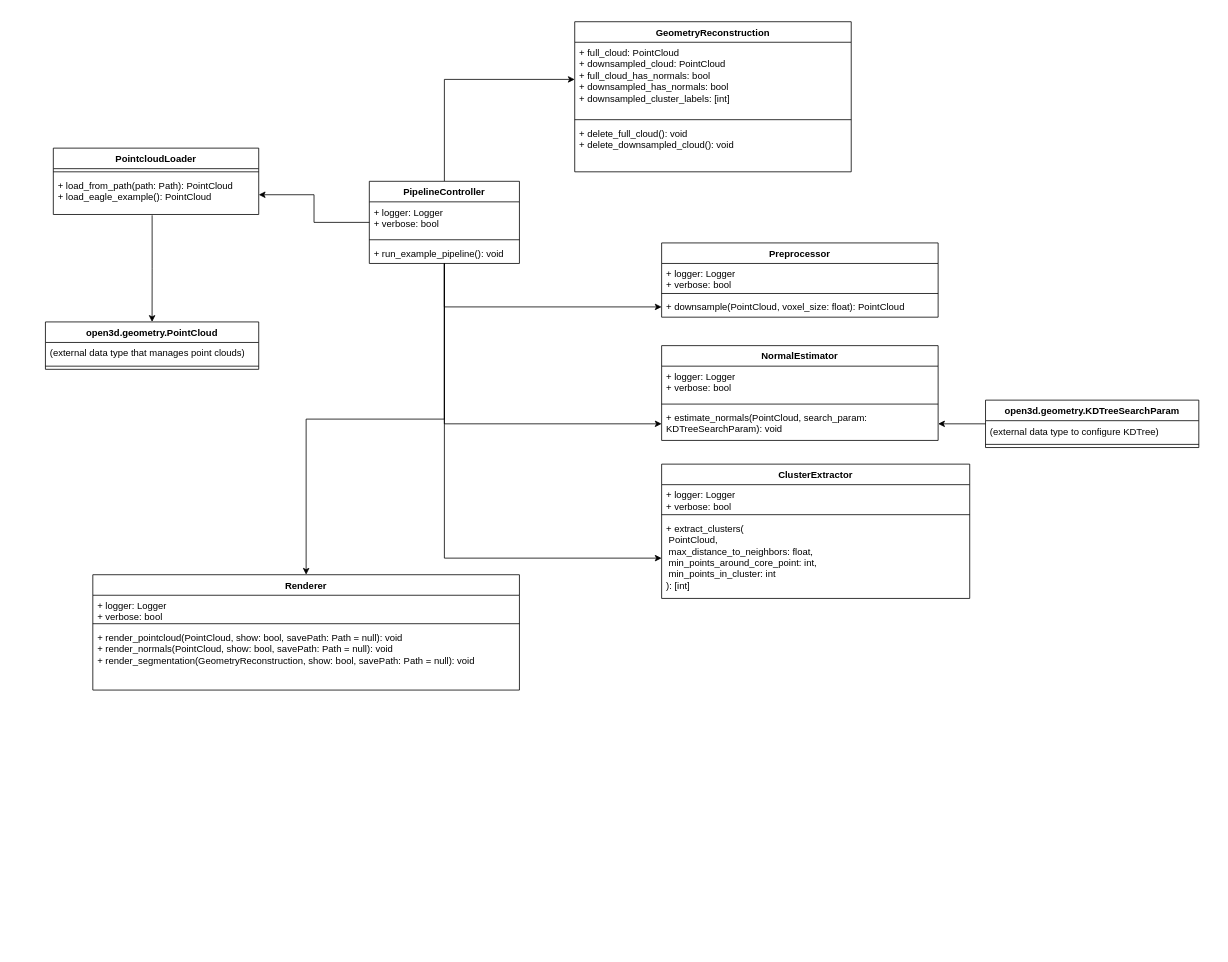
Above: EagleProcessing.drawio in PatrickSowinski/Open3dRenderDemo (draw.io), before the change. Source tidied: cells renumbered, new cells numbered last; positions are measured from the earlier drawing's top-left corner, leaving out a move shared by most shapes. Both pictures are drawn from the tidied source at 79%, with x=0, y=0 at pixel (45, 21).
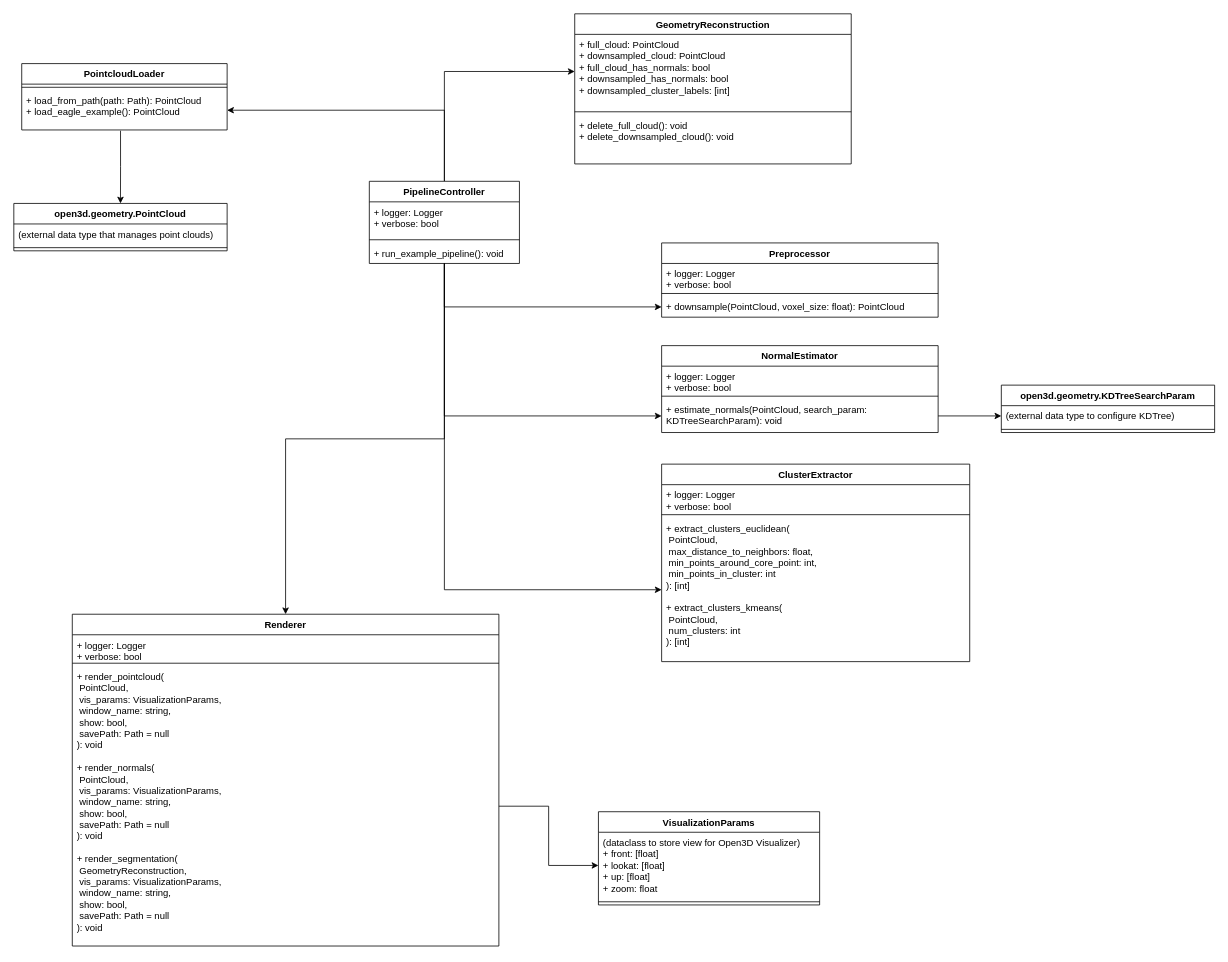
Above is the later version.

The change refers to these unchanged cells:
```xml
<mxCell id="41" value="(external data type to configure KDTree)" style="text;strokeColor=none;fillColor=none;align=left;verticalAlign=top;spacingLeft=4;spacingRight=4;overflow=hidden;points=[[0,0.5],[1,0.5]];portConstraint=eastwest;whiteSpace=wrap;html=1;" parent="40" vertex="1">
  <mxGeometry y="26" width="270" height="26" as="geometry" />
</mxCell>
```

Diff of the diagram source:
```diff
@@
     <mxCell id="3" value="PointcloudLoader" style="swimlane;fontStyle=1;align=center;verticalAlign=top;horizontal=1;startSize=26;whiteSpace=wrap;html=1;" parent="1" vertex="1">
-      <mxGeometry x="10" y="160" width="260" height="84" as="geometry" />
+      <mxGeometry x="-30" y="53" width="260" height="84" as="geometry" />
     </mxCell>
@@
     <mxCell id="10" value="NormalEstimator" style="swimlane;fontStyle=1;align=center;verticalAlign=top;horizontal=1;startSize=26;whiteSpace=wrap;html=1;" parent="1" vertex="1">
-      <mxGeometry x="780" y="410" width="350" height="120" as="geometry" />
+      <mxGeometry x="780" y="410" width="350" height="110" as="geometry" />
     </mxCell>
     <mxCell id="11" value="+ logger: Logger&lt;div&gt;+ verbose: bool&lt;/div&gt;" style="text;strokeColor=none;fillColor=none;align=left;verticalAlign=top;spacingLeft=4;spacingRight=4;overflow=hidden;whiteSpace=wrap;html=1;" parent="10" vertex="1">
-      <mxGeometry y="26" width="350" height="44" as="geometry" />
+      <mxGeometry y="26" width="350" height="34" as="geometry" />
     </mxCell>
     <mxCell id="12" style="line;strokeWidth=1;fillColor=none;align=left;verticalAlign=middle;spacingTop=-1;spacingLeft=3;spacingRight=3;labelPosition=right;strokeColor=inherit;" parent="10" vertex="1">
-      <mxGeometry y="70" width="350" height="8" as="geometry" />
+      <mxGeometry y="60" width="350" height="8" as="geometry" />
     </mxCell>
     <mxCell id="13" value="+ estimate_normals(PointCloud, search_param: KDTreeSearchParam): void" style="text;strokeColor=none;fillColor=none;align=left;verticalAlign=top;spacingLeft=4;spacingRight=4;overflow=hidden;points=[[0,0.5],[1,0.5]];portConstraint=eastwest;whiteSpace=wrap;html=1;" parent="10" vertex="1">
-      <mxGeometry y="78" width="350" height="42" as="geometry" />
+      <mxGeometry y="68" width="350" height="42" as="geometry" />
     </mxCell>
     <mxCell id="14" value="ClusterExtractor" style="swimlane;fontStyle=1;align=center;verticalAlign=top;horizontal=1;startSize=26;whiteSpace=wrap;html=1;" parent="1" vertex="1">
-      <mxGeometry x="780" y="560" width="390" height="170" as="geometry" />
+      <mxGeometry x="780" y="560" width="390" height="250" as="geometry" />
     </mxCell>
@@
-    <mxCell id="17" value="+ extract_clusters(&lt;div&gt;&amp;nbsp;PointCloud,&lt;/div&gt;&lt;div&gt;&amp;nbsp;max_distance_to_neighbors: float,&lt;/div&gt;&lt;div&gt;&amp;nbsp;min_points_around_core_point: int,&lt;/div&gt;&lt;div&gt;&amp;nbsp;min_points_in_cluster: int&lt;/div&gt;&lt;div&gt;): [int]&lt;/div&gt;" style="text;strokeColor=none;fillColor=none;align=left;verticalAlign=top;spacingLeft=4;spacingRight=4;overflow=hidden;points=[[0,0.5],[1,0.5]];portConstraint=eastwest;whiteSpace=wrap;html=1;" parent="14" vertex="1">
-      <mxGeometry y="68" width="390" height="102" as="geometry" />
+    <mxCell id="17" value="+ extract_clusters_euclidean(&lt;div&gt;&amp;nbsp;PointCloud,&lt;/div&gt;&lt;div&gt;&amp;nbsp;max_distance_to_neighbors: float,&lt;/div&gt;&lt;div&gt;&amp;nbsp;min_points_around_core_point: int,&lt;/div&gt;&lt;div&gt;&amp;nbsp;min_points_in_cluster: int&lt;/div&gt;&lt;div&gt;): [int]&lt;/div&gt;&lt;div&gt;&lt;br&gt;&lt;/div&gt;&lt;div&gt;+ extract_clusters_kmeans(&lt;div&gt;&amp;nbsp;PointCloud,&lt;/div&gt;&lt;div&gt;&amp;nbsp;num_clusters: int&lt;/div&gt;&lt;div&gt;): [int]&lt;/div&gt;&lt;/div&gt;" style="text;strokeColor=none;fillColor=none;align=left;verticalAlign=top;spacingLeft=4;spacingRight=4;overflow=hidden;points=[[0,0.5],[1,0.5]];portConstraint=eastwest;whiteSpace=wrap;html=1;" parent="14" vertex="1">
+      <mxGeometry y="68" width="390" height="182" as="geometry" />
     </mxCell>
     <mxCell id="18" value="Renderer" style="swimlane;fontStyle=1;align=center;verticalAlign=top;horizontal=1;startSize=26;whiteSpace=wrap;html=1;" parent="1" vertex="1">
-      <mxGeometry x="60" y="700" width="540" height="146" as="geometry" />
+      <mxGeometry x="34" y="750" width="540" height="420" as="geometry" />
     </mxCell>
@@
-    <mxCell id="21" value="&lt;div&gt;&lt;span style=&quot;background-color: transparent; color: light-dark(rgb(0, 0, 0), rgb(255, 255, 255));&quot;&gt;+ render_pointcloud(PointCloud, show: bool, savePath: Path = null): void&lt;/span&gt;&lt;/div&gt;&lt;div&gt;+ render_normals(PointCloud, show: bool, savePath: Path = null): void&lt;br&gt;&lt;div&gt;+ render_segmentation(GeometryReconstruction, show: bool, savePath: Path = null): void&lt;/div&gt;&lt;/div&gt;" style="text;strokeColor=none;fillColor=none;align=left;verticalAlign=top;spacingLeft=4;spacingRight=4;overflow=hidden;points=[[0,0.5],[1,0.5]];portConstraint=eastwest;whiteSpace=wrap;html=1;" parent="18" vertex="1">
-      <mxGeometry y="66" width="540" height="80" as="geometry" />
+    <mxCell id="21" value="&lt;div&gt;&lt;span style=&quot;background-color: transparent; color: light-dark(rgb(0, 0, 0), rgb(255, 255, 255));&quot;&gt;+ render_pointcloud(&lt;/span&gt;&lt;/div&gt;&lt;div&gt;&lt;span style=&quot;background-color: transparent; color: light-dark(rgb(0, 0, 0), rgb(255, 255, 255));&quot;&gt;&amp;nbsp;PointCloud,&lt;/span&gt;&lt;/div&gt;&lt;div&gt;&lt;span style=&quot;background-color: transparent; color: light-dark(rgb(0, 0, 0), rgb(255, 255, 255));&quot;&gt;&amp;nbsp;vis_params: VisualizationParams,&lt;/span&gt;&lt;/div&gt;&lt;div&gt;&lt;span style=&quot;background-color: transparent; color: light-dark(rgb(0, 0, 0), rgb(255, 255, 255));&quot;&gt;&amp;nbsp;window_name: string,&lt;/span&gt;&lt;/div&gt;&lt;div&gt;&lt;span style=&quot;background-color: transparent; color: light-dark(rgb(0, 0, 0), rgb(255, 255, 255));&quot;&gt;&amp;nbsp;show: bool,&lt;/span&gt;&lt;/div&gt;&lt;div&gt;&lt;span style=&quot;background-color: transparent; color: light-dark(rgb(0, 0, 0), rgb(255, 255, 255));&quot;&gt;&amp;nbsp;savePath: Path = null&lt;/span&gt;&lt;/div&gt;&lt;div&gt;&lt;span style=&quot;background-color: transparent; color: light-dark(rgb(0, 0, 0), rgb(255, 255, 255));&quot;&gt;): void&lt;/span&gt;&lt;/div&gt;&lt;div&gt;&lt;span style=&quot;background-color: transparent; color: light-dark(rgb(0, 0, 0), rgb(255, 255, 255));&quot;&gt;&lt;br&gt;&lt;/span&gt;&lt;/div&gt;&lt;div&gt;+ render_normals(&lt;/div&gt;&lt;div&gt;&amp;nbsp;PointCloud&lt;span style=&quot;background-color: transparent; color: light-dark(rgb(0, 0, 0), rgb(255, 255, 255));&quot;&gt;,&lt;/span&gt;&lt;div&gt;&lt;span style=&quot;background-color: transparent; color: light-dark(rgb(0, 0, 0), rgb(255, 255, 255));&quot;&gt;&amp;nbsp;vis_params: VisualizationParams,&lt;/span&gt;&lt;/div&gt;&lt;div&gt;&lt;span style=&quot;background-color: transparent; color: light-dark(rgb(0, 0, 0), rgb(255, 255, 255));&quot;&gt;&amp;nbsp;window_name: string,&lt;/span&gt;&lt;/div&gt;&lt;div&gt;&lt;span style=&quot;background-color: transparent; color: light-dark(rgb(0, 0, 0), rgb(255, 255, 255));&quot;&gt;&amp;nbsp;show: bool,&lt;/span&gt;&lt;/div&gt;&lt;div&gt;&lt;span style=&quot;background-color: transparent; color: light-dark(rgb(0, 0, 0), rgb(255, 255, 255));&quot;&gt;&amp;nbsp;savePath: Path = null&lt;/span&gt;&lt;/div&gt;&lt;div&gt;&lt;span style=&quot;background-color: transparent; color: light-dark(rgb(0, 0, 0), rgb(255, 255, 255));&quot;&gt;): void&lt;/span&gt;&lt;/div&gt;&lt;div&gt;&lt;span style=&quot;background-color: transparent; color: light-dark(rgb(0, 0, 0), rgb(255, 255, 255));&quot;&gt;&lt;br&gt;&lt;/span&gt;&lt;/div&gt;&lt;div&gt;+ render_segmentation(&lt;/div&gt;&lt;div&gt;&amp;nbsp;GeometryReconstruction&lt;span style=&quot;background-color: transparent; color: light-dark(rgb(0, 0, 0), rgb(255, 255, 255));&quot;&gt;,&lt;/span&gt;&lt;/div&gt;&lt;div&gt;&lt;span style=&quot;background-color: transparent; color: light-dark(rgb(0, 0, 0), rgb(255, 255, 255));&quot;&gt;&amp;nbsp;vis_params: VisualizationParams,&lt;/span&gt;&lt;/div&gt;&lt;div&gt;&lt;span style=&quot;background-color: transparent; color: light-dark(rgb(0, 0, 0), rgb(255, 255, 255));&quot;&gt;&amp;nbsp;window_name: string,&lt;/span&gt;&lt;/div&gt;&lt;div&gt;&lt;span style=&quot;background-color: transparent; color: light-dark(rgb(0, 0, 0), rgb(255, 255, 255));&quot;&gt;&amp;nbsp;show: bool,&lt;/span&gt;&lt;/div&gt;&lt;div&gt;&lt;span style=&quot;background-color: transparent; color: light-dark(rgb(0, 0, 0), rgb(255, 255, 255));&quot;&gt;&amp;nbsp;savePath: Path = null&lt;/span&gt;&lt;/div&gt;&lt;div&gt;&lt;span style=&quot;background-color: transparent; color: light-dark(rgb(0, 0, 0), rgb(255, 255, 255));&quot;&gt;): void&lt;/span&gt;&lt;/div&gt;&lt;/div&gt;" style="text;strokeColor=none;fillColor=none;align=left;verticalAlign=top;spacingLeft=4;spacingRight=4;overflow=hidden;points=[[0,0.5],[1,0.5]];portConstraint=eastwest;whiteSpace=wrap;html=1;" parent="18" vertex="1">
+      <mxGeometry y="66" width="540" height="354" as="geometry" />
     </mxCell>
     <mxCell id="22" value="Geometry&lt;span style=&quot;background-color: transparent; color: light-dark(rgb(0, 0, 0), rgb(255, 255, 255));&quot;&gt;Reconstruction&lt;/span&gt;" style="swimlane;fontStyle=1;align=center;verticalAlign=top;horizontal=1;startSize=26;whiteSpace=wrap;html=1;" parent="1" vertex="1">
-      <mxGeometry x="670" width="350" height="190" as="geometry" />
+      <mxGeometry x="670" y="-10" width="350" height="190" as="geometry" />
     </mxCell>
@@
     <mxCell id="36" value="open3d.geometry.PointCloud" style="swimlane;fontStyle=1;align=center;verticalAlign=top;horizontal=1;startSize=26;whiteSpace=wrap;html=1;" parent="1" vertex="1">
-      <mxGeometry y="380" width="270" height="60" as="geometry" />
+      <mxGeometry x="-40" y="230" width="270" height="60" as="geometry" />
     </mxCell>
@@
-    <mxCell id="39" style="edgeStyle=orthogonalEdgeStyle;rounded=0;jettySize=auto;html=1;entryX=1;entryY=0.5;entryDx=0;entryDy=0;" parent="1" edge="1" source="40" target="13">
-      <mxGeometry relative="1" as="geometry" />
-    </mxCell>
     <mxCell id="40" value="open3d.geometry.KDTreeSearchParam" style="swimlane;fontStyle=1;align=center;verticalAlign=top;horizontal=1;startSize=26;whiteSpace=wrap;html=1;" parent="1" vertex="1">
-      <mxGeometry x="1190" y="479" width="270" height="60" as="geometry" />
+      <mxGeometry x="1210" y="460" width="270" height="60" as="geometry" />
     </mxCell>
@@
+    <mxCell id="43" value="VisualizationParams" style="swimlane;fontStyle=1;align=center;verticalAlign=top;horizontal=1;startSize=26;whiteSpace=wrap;html=1;" parent="1" vertex="1">
+      <mxGeometry x="700" y="1000" width="280" height="118" as="geometry" />
+    </mxCell>
+    <mxCell id="44" value="&lt;div&gt;&lt;span style=&quot;background-color: transparent; color: light-dark(rgb(0, 0, 0), rgb(255, 255, 255));&quot;&gt;(dataclass to store view for Open3D Visualizer)&lt;/span&gt;&lt;/div&gt;&lt;div&gt;&lt;span style=&quot;background-color: transparent; color: light-dark(rgb(0, 0, 0), rgb(255, 255, 255));&quot;&gt;+ front: [float]&lt;/span&gt;&lt;/div&gt;&lt;div&gt;&lt;span style=&quot;background-color: transparent; color: light-dark(rgb(0, 0, 0), rgb(255, 255, 255));&quot;&gt;+ lookat: [float]&lt;/span&gt;&lt;/div&gt;&lt;div&gt;&lt;span style=&quot;background-color: transparent; color: light-dark(rgb(0, 0, 0), rgb(255, 255, 255));&quot;&gt;+ up: [float]&lt;/span&gt;&lt;/div&gt;&lt;div&gt;&lt;span style=&quot;background-color: transparent; color: light-dark(rgb(0, 0, 0), rgb(255, 255, 255));&quot;&gt;+ zoom: float&lt;/span&gt;&lt;/div&gt;" style="text;strokeColor=none;fillColor=none;align=left;verticalAlign=top;spacingLeft=4;spacingRight=4;overflow=hidden;points=[[0,0.5],[1,0.5]];portConstraint=eastwest;whiteSpace=wrap;html=1;" parent="43" vertex="1">
+      <mxGeometry y="26" width="280" height="84" as="geometry" />
+    </mxCell>
+    <mxCell id="45" style="line;strokeWidth=1;fillColor=none;align=left;verticalAlign=middle;spacingTop=-1;spacingLeft=3;spacingRight=3;labelPosition=right;strokeColor=inherit;" parent="43" vertex="1">
+      <mxGeometry y="110" width="280" height="8" as="geometry" />
+    </mxCell>
+    <mxCell id="46" style="edgeStyle=orthogonalEdgeStyle;rounded=0;jettySize=auto;html=1;entryX=0;entryY=0.5;entryDx=0;entryDy=0;" parent="1" edge="1" source="13" target="41">
+      <mxGeometry relative="1" as="geometry" />
+    </mxCell>
+    <mxCell id="47" style="edgeStyle=orthogonalEdgeStyle;rounded=0;jettySize=auto;html=1;entryX=0;entryY=0.5;entryDx=0;entryDy=0;" parent="1" edge="1" source="21" target="44">
+      <mxGeometry relative="1" as="geometry" />
+    </mxCell>
```
